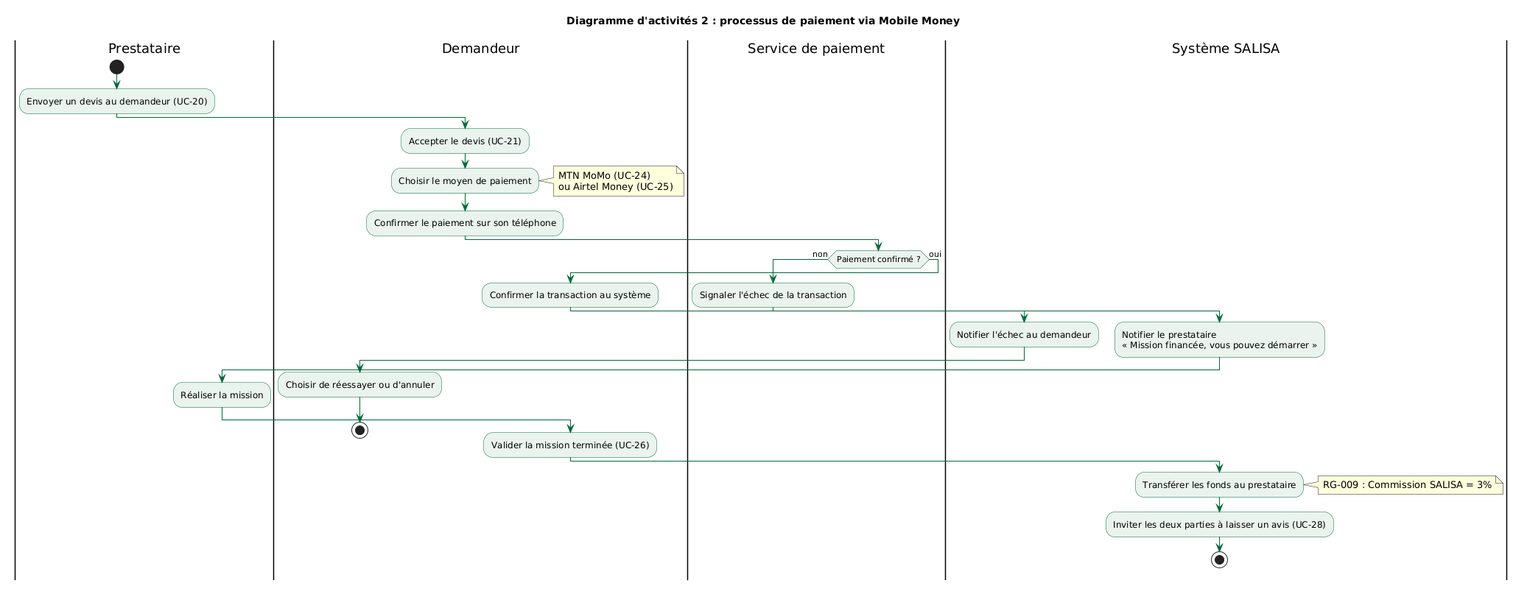
KazeHolloway/Projet_LaTex keeps this PlantUML diagram as images/diagramme_activites_paiement.png. Above is the earlier version.
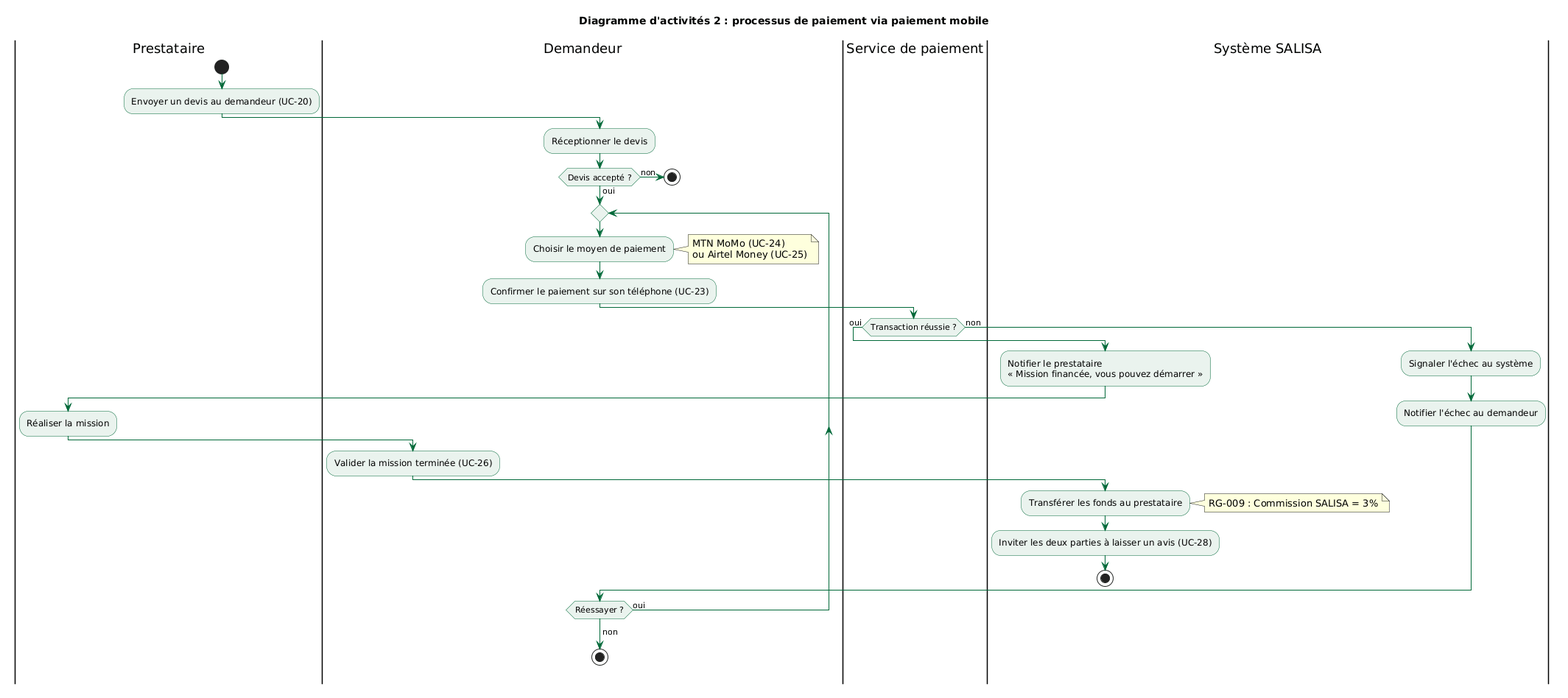
Later version of the same file.

Diff of the diagram source:
```diff
@@ -1,5 +1,5 @@
 @startuml
-title Diagramme d'activités 2 : processus de paiement via Mobile Money
+title Diagramme d'activités 2 : processus de paiement via paiement mobile
 
 skinparam activityBorderColor #006838
 skinparam activityBackgroundColor #EAF3EE
@@ -10,47 +10,55 @@
 :Envoyer un devis au demandeur (UC-20);
 
 |Demandeur|
-:Accepter le devis (UC-21);
+:Réceptionner le devis;
 
-:Choisir le moyen de paiement;
-note right
-MTN MoMo (UC-24)
-ou Airtel Money (UC-25)
-end note
+if (Devis accepté ?) then (non)
+  stop
+else (oui)
 
-:Confirmer le paiement sur son téléphone;
+  repeat
 
-|Service de paiement|
-if (Paiement confirmé ?) then (non)
-  :Signaler l'échec de la transaction;
+    :Choisir le moyen de paiement;
+    note right
+    MTN MoMo (UC-24)
+    ou Airtel Money (UC-25)
+    end note
 
-  |Système SALISA|
-  :Notifier l'échec au demandeur;
+    :Confirmer le paiement sur son téléphone (UC-23);
 
-  |Demandeur|
-  :Choisir de réessayer ou d'annuler;
+    |Service de paiement|
+    if (Transaction réussie ?) then (oui)
+
+      |Système SALISA|
+      :Notifier le prestataire\n« Mission financée, vous pouvez démarrer »;
+
+      |Prestataire|
+      :Réaliser la mission;
+
+      |Demandeur|
+      :Valider la mission terminée (UC-26);
+
+      |Système SALISA|
+      :Transférer les fonds au prestataire;
+      note right
+      RG-009 : Commission SALISA = 3%
+      end note
+
+      :Inviter les deux parties à laisser un avis (UC-28);
+      stop
+
+    else (non)
+      :Signaler l'échec au système;
+
+      |Système SALISA|
+      :Notifier l'échec au demandeur;
+
+      |Demandeur|
+    endif
+
+  repeat while (Réessayer ?) is (oui)
+  ->non;
   stop
 
-else (oui)
-  :Confirmer la transaction au système;
-
-  |Système SALISA|
-  :Notifier le prestataire\n« Mission financée, vous pouvez démarrer »;
-
-  |Prestataire|
-  :Réaliser la mission;
-
-  |Demandeur|
-  :Valider la mission terminée (UC-26);
-
-  |Système SALISA|
-  :Transférer les fonds au prestataire;
-  note right
-  RG-009 : Commission SALISA = 3%
-  end note
-
-  :Inviter les deux parties à laisser un avis (UC-28);
-  stop
-
-end if
+endif
 @enduml
```
